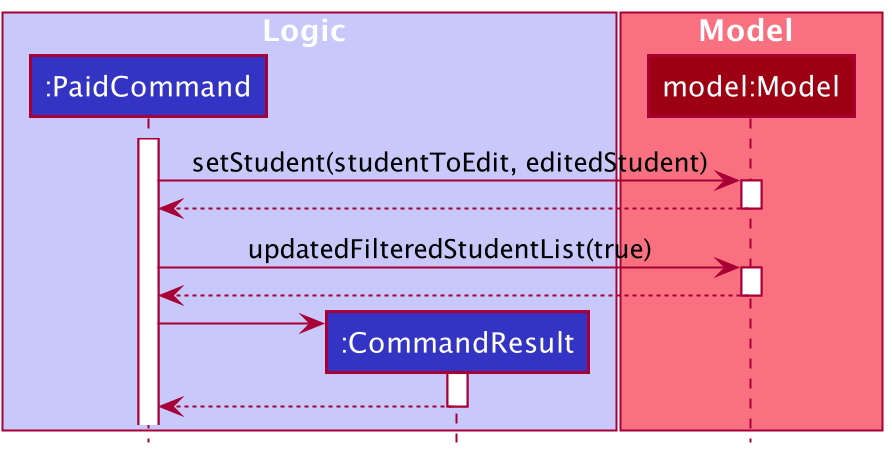
This is docs/images/SetEditedStudentSequenceDiagram.png from nus-cs2103-AY2122S1/tp, a PlantUML export, as it was before one commit. The source it was exported from:
```plantuml
@startuml
!include style.puml

box Logic LOGIC_COLOR_T1
participant ":PaidCommand" as PaidCommand LOGIC_COLOR
participant ":CommandResult" as CommandResult LOGIC_COLOR
end box

box Model MODEL_COLOR_T1
participant "model:Model" as Model MODEL_COLOR
end box

activate PaidCommand

PaidCommand -> Model : setStudent(studentToEdit, editedStudent)
activate Model
Model --> PaidCommand
deactivate Model

PaidCommand -> Model : updatedFilteredStudentList(true)
activate Model
Model --> PaidCommand
deactivate Model

create CommandResult
PaidCommand -> CommandResult
activate CommandResult
CommandResult --> PaidCommand
deactivate CommandResult

@enduml
```
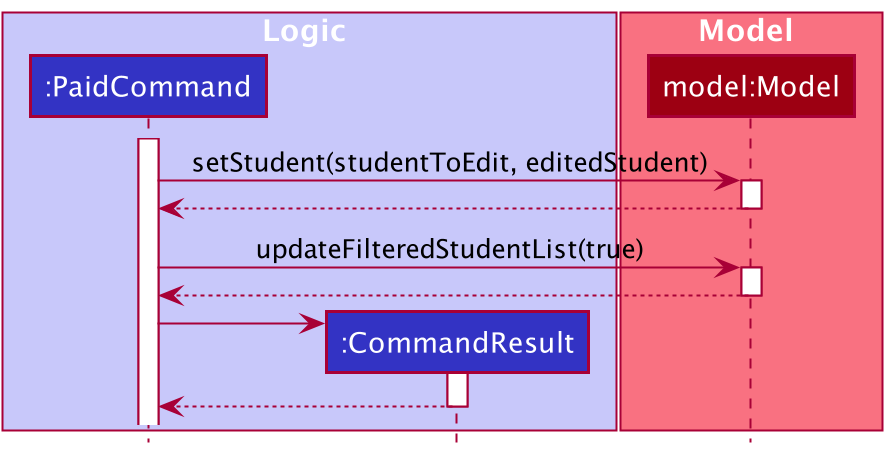
After the change.

Commit message:
Correct typo in SetEditedStudentSequenceDiagram.puml

What changed in the source:
```diff
@@ -17,7 +17,7 @@
 Model --> PaidCommand
 deactivate Model
 
-PaidCommand -> Model : updatedFilteredStudentList(true)
+PaidCommand -> Model : updateFilteredStudentList(true)
 activate Model
 Model --> PaidCommand
 deactivate Model
```
